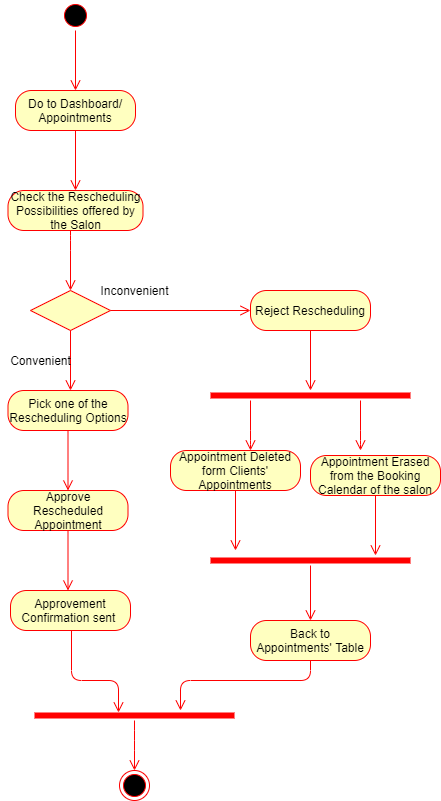
This is Diagrams/Activity Diagrams FINAL/AC_08_Accept, Reject Rescheduled Appointment.png from kkasharaj17/SE-project, a draw.io export, as it was before one commit. Source tidied: cells renumbered, new cells last; positions are measured from the earlier drawing's top-left corner, leaving out a move shared by most shapes.
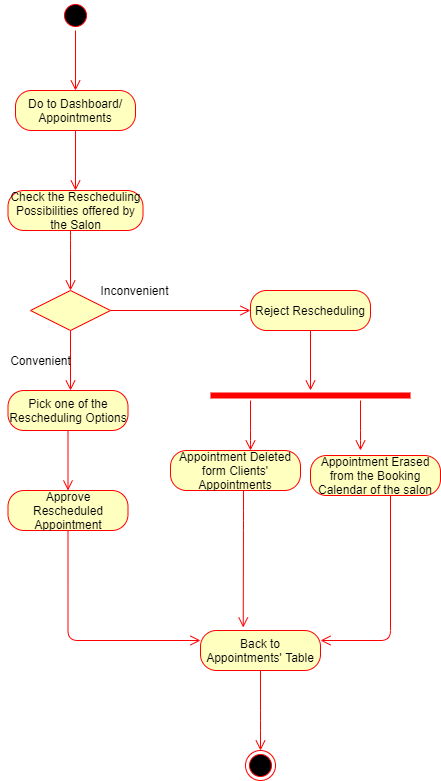
The same diagram one commit later.

What changed in the source:
```diff
@@ -78,27 +78,24 @@
     <mxCell id="17" value="Appointment Deleted form Clients' Appointments" style="rounded=1;whiteSpace=wrap;html=1;arcSize=40;fontColor=#000000;fillColor=#ffffc0;strokeColor=#ff0000;" parent="1" vertex="1">
       <mxGeometry x="170" y="450" width="130" height="40" as="geometry" />
     </mxCell>
-    <mxCell id="18" style="edgeStyle=orthogonalEdgeStyle;html=1;verticalAlign=bottom;endArrow=open;endSize=8;strokeColor=#ff0000;" parent="1" edge="1" source="17">
+    <mxCell id="18" style="edgeStyle=orthogonalEdgeStyle;html=1;verticalAlign=bottom;endArrow=open;endSize=8;strokeColor=#ff0000;entryX=0.356;entryY=-0.075;entryDx=0;entryDy=0;entryPerimeter=0;" parent="1" edge="1" source="17" target="30">
       <mxGeometry relative="1" as="geometry">
-        <mxPoint x="235" y="550" as="targetPoint" />
+        <Array as="points">
+          <mxPoint x="243" y="520" />
+          <mxPoint x="243" y="520" />
+        </Array>
       </mxGeometry>
     </mxCell>
     <mxCell id="19" value="Appointment Erased from the Booking Calendar of the salon" style="rounded=1;whiteSpace=wrap;html=1;arcSize=40;fontColor=#000000;fillColor=#ffffc0;strokeColor=#ff0000;" parent="1" vertex="1">
       <mxGeometry x="310" y="455" width="130" height="40" as="geometry" />
     </mxCell>
-    <mxCell id="20" style="edgeStyle=orthogonalEdgeStyle;html=1;verticalAlign=bottom;endArrow=open;endSize=8;strokeColor=#ff0000;" parent="1" edge="1" source="19">
+    <mxCell id="20" style="edgeStyle=orthogonalEdgeStyle;html=1;verticalAlign=bottom;endArrow=open;endSize=8;strokeColor=#ff0000;entryX=1;entryY=0.25;entryDx=0;entryDy=0;" parent="1" edge="1" source="19" target="30">
       <mxGeometry relative="1" as="geometry">
-        <mxPoint x="375" y="555" as="targetPoint" />
+        <Array as="points">
+          <mxPoint x="390" y="640" />
+        </Array>
       </mxGeometry>
     </mxCell>
-    <mxCell id="21" style="shape=line;html=1;strokeWidth=6;strokeColor=#ff0000;" parent="1" vertex="1">
-      <mxGeometry x="210" y="555" width="200" height="10" as="geometry" />
-    </mxCell>
-    <mxCell id="22" style="edgeStyle=orthogonalEdgeStyle;html=1;verticalAlign=bottom;endArrow=open;endSize=8;strokeColor=#ff0000;" parent="1" edge="1" source="21">
-      <mxGeometry relative="1" as="geometry">
-        <mxPoint x="310" y="620" as="targetPoint" />
-      </mxGeometry>
-    </mxCell>
     <mxCell id="23" value="Convenient" style="text;html=1;align=center;verticalAlign=middle;" parent="1" vertex="1">
       <mxGeometry y="350" width="80" height="20" as="geometry" />
     </mxCell>
@@ -113,50 +110,26 @@
     <mxCell id="26" value="Approve Rescheduled Appointment" style="rounded=1;whiteSpace=wrap;html=1;arcSize=40;fontColor=#000000;fillColor=#ffffc0;strokeColor=#ff0000;" parent="1" vertex="1">
       <mxGeometry x="7.5" y="490" width="120" height="40" as="geometry" />
     </mxCell>
-    <mxCell id="27" style="edgeStyle=orthogonalEdgeStyle;html=1;verticalAlign=bottom;endArrow=open;endSize=8;strokeColor=#ff0000;" parent="1" edge="1" source="26" target="32">
+    <mxCell id="27" style="edgeStyle=orthogonalEdgeStyle;html=1;verticalAlign=bottom;endArrow=open;endSize=8;strokeColor=#ff0000;entryX=0;entryY=0.25;entryDx=0;entryDy=0;" parent="1" edge="1" source="26" target="30">
       <mxGeometry relative="1" as="geometry">
         <Array as="points">
-          <mxPoint x="68" y="620" />
-          <mxPoint x="110" y="620" />
+          <mxPoint x="68" y="640" />
         </Array>
       </mxGeometry>
     </mxCell>
-    <mxCell id="28" style="shape=line;html=1;strokeWidth=6;strokeColor=#ff0000;" parent="1" vertex="1">
-      <mxGeometry x="34" y="710" width="200" height="10" as="geometry" />
-    </mxCell>
-    <mxCell id="29" style="edgeStyle=orthogonalEdgeStyle;html=1;verticalAlign=bottom;endArrow=open;endSize=8;strokeColor=#ff0000;" parent="1" edge="1" source="28" target="34">
-      <mxGeometry relative="1" as="geometry">
-        <Array as="points">
-          <mxPoint x="134" y="740" />
-        </Array>
-      </mxGeometry>
-    </mxCell>
     <mxCell id="30" value="Back to Appointments' Table" style="rounded=1;whiteSpace=wrap;html=1;arcSize=40;fontColor=#000000;fillColor=#ffffc0;strokeColor=#ff0000;" parent="1" vertex="1">
-      <mxGeometry x="250" y="620" width="120" height="40" as="geometry" />
+      <mxGeometry x="200" y="630" width="120" height="40" as="geometry" />
     </mxCell>
-    <mxCell id="31" style="edgeStyle=orthogonalEdgeStyle;html=1;verticalAlign=bottom;endArrow=open;endSize=8;strokeColor=#ff0000;" parent="1" edge="1" source="30">
+    <mxCell id="31" style="edgeStyle=orthogonalEdgeStyle;html=1;verticalAlign=bottom;endArrow=open;endSize=8;strokeColor=#ff0000;exitX=0.5;exitY=1;exitDx=0;exitDy=0;entryX=0.5;entryY=0;entryDx=0;entryDy=0;" parent="1" edge="1" source="30" target="34">
       <mxGeometry relative="1" as="geometry">
-        <mxPoint x="180" y="710" as="targetPoint" />
         <Array as="points">
-          <mxPoint x="310" y="680" />
-          <mxPoint x="180" y="680" />
+          <mxPoint x="260" y="720" />
+          <mxPoint x="260" y="720" />
         </Array>
       </mxGeometry>
     </mxCell>
-    <mxCell id="32" value="Approvement Confirmation sent&amp;nbsp;" style="rounded=1;whiteSpace=wrap;html=1;arcSize=40;fontColor=#000000;fillColor=#ffffc0;strokeColor=#ff0000;" parent="1" vertex="1">
-      <mxGeometry x="10" y="590" width="120" height="40" as="geometry" />
-    </mxCell>
-    <mxCell id="33" style="edgeStyle=orthogonalEdgeStyle;html=1;verticalAlign=bottom;endArrow=open;endSize=8;strokeColor=#ff0000;entryX=0.42;entryY=0.2;entryDx=0;entryDy=0;entryPerimeter=0;" parent="1" edge="1" target="28">
-      <mxGeometry relative="1" as="geometry">
-        <mxPoint x="71" y="630" as="sourcePoint" />
-        <Array as="points">
-          <mxPoint x="71" y="680" />
-          <mxPoint x="118" y="680" />
-        </Array>
-      </mxGeometry>
-    </mxCell>
     <mxCell id="34" style="ellipse;html=1;shape=endState;fillColor=#000000;strokeColor=#ff0000;" parent="1" vertex="1">
-      <mxGeometry x="119" y="770" width="30" height="30" as="geometry" />
+      <mxGeometry x="245" y="750" width="30" height="30" as="geometry" />
     </mxCell>
   </root>
 </mxGraphModel>
```
